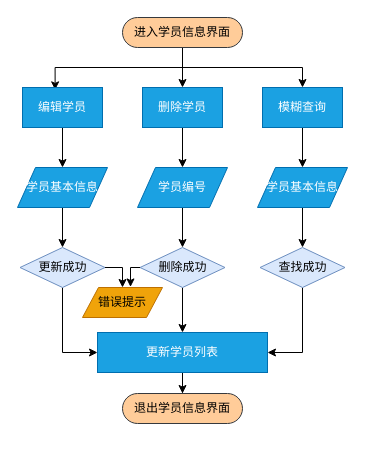
Ringo-linqin/drawio keeps this draw.io diagram as jiaxiaoSystem/M01流程图.drawio. Above is the earlier version. Source tidied: cells renumbered, new cells numbered last; positions are measured from the earlier drawing's top-left corner, leaving out a move shared by most shapes. Both pictures are drawn from the tidied source at 100%, with x=0, y=0 at pixel (17, 17).
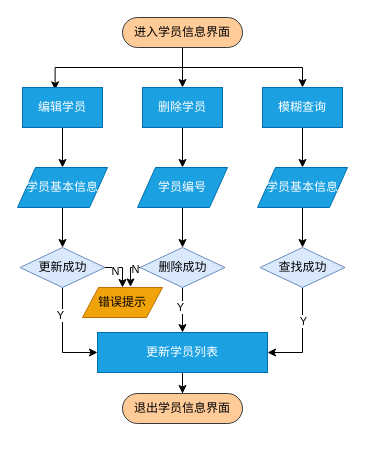
The same page after the edit.

Commit message:
更新M01流程图.drawio

Unchanged cells that the change refers to:
```xml
<mxCell id="19" style="edgeStyle=orthogonalEdgeStyle;rounded=0;jettySize=auto;html=1;exitX=1;exitY=0.5;exitDx=0;exitDy=0;entryX=0.5;entryY=0;entryDx=0;entryDy=0;" parent="1" edge="1" source="21" target="27">
  <mxGeometry relative="1" as="geometry" />
</mxCell>
<mxCell id="20" style="edgeStyle=orthogonalEdgeStyle;rounded=0;jettySize=auto;html=1;exitX=0.5;exitY=1;exitDx=0;exitDy=0;entryX=0;entryY=0.5;entryDx=0;entryDy=0;" parent="1" edge="1" source="21" target="29">
  <mxGeometry relative="1" as="geometry" />
</mxCell>
<mxCell id="22" style="edgeStyle=orthogonalEdgeStyle;rounded=0;jettySize=auto;html=1;exitX=0;exitY=0.5;exitDx=0;exitDy=0;entryX=0.6;entryY=-0.018;entryDx=0;entryDy=0;entryPerimeter=0;" parent="1" edge="1" source="24" target="27">
  <mxGeometry relative="1" as="geometry" />
</mxCell>
<mxCell id="23" style="edgeStyle=orthogonalEdgeStyle;rounded=0;jettySize=auto;html=1;exitX=0.5;exitY=1;exitDx=0;exitDy=0;entryX=0.5;entryY=0;entryDx=0;entryDy=0;" parent="1" edge="1" source="24" target="29">
  <mxGeometry relative="1" as="geometry" />
</mxCell>
<mxCell id="25" style="edgeStyle=orthogonalEdgeStyle;rounded=0;jettySize=auto;html=1;exitX=0.5;exitY=1;exitDx=0;exitDy=0;entryX=1;entryY=0.5;entryDx=0;entryDy=0;" parent="1" edge="1" source="26" target="29">
  <mxGeometry relative="1" as="geometry" />
</mxCell>
```

Diff of the diagram source:
```diff
@@
+    <mxCell id="31" value="N" style="edgeLabel;html=1;align=center;verticalAlign=middle;" parent="19" vertex="1">
+      <mxGeometry x="-0.48" y="-3" relative="1" as="geometry" />
+    </mxCell>
@@
+    <mxCell id="32" value="Y" style="edgeLabel;html=1;align=center;verticalAlign=middle;" parent="20" vertex="1">
+      <mxGeometry x="-0.46" y="-3" relative="1" as="geometry" />
+    </mxCell>
@@
+    <mxCell id="33" value="N" style="edgeLabel;html=1;align=center;verticalAlign=middle;" parent="22" vertex="1">
+      <mxGeometry x="-0.64" y="1" relative="1" as="geometry" />
+    </mxCell>
@@
+    <mxCell id="34" value="Y" style="edgeLabel;html=1;align=center;verticalAlign=middle;" parent="23" vertex="1">
+      <mxGeometry x="-0.16" y="-3" relative="1" as="geometry" />
+    </mxCell>
@@
+    <mxCell id="35" value="Y" style="edgeLabel;html=1;align=center;verticalAlign=middle;" parent="25" vertex="1">
+      <mxGeometry x="-0.34" relative="1" as="geometry" />
+    </mxCell>
```
